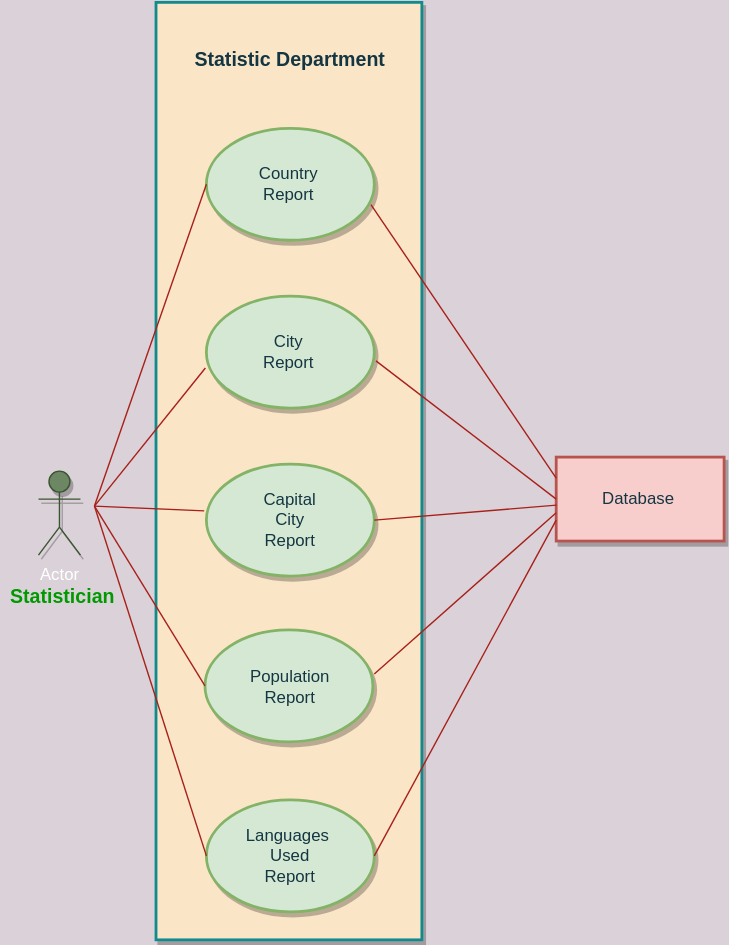
The draw.io diagram uml/user_cases_diagram.svg in xx00a/Group6, before a commit. Source tidied: cells renumbered, new cells last; positions are measured from the earlier drawing's top-left corner, leaving out a move shared by most shapes.
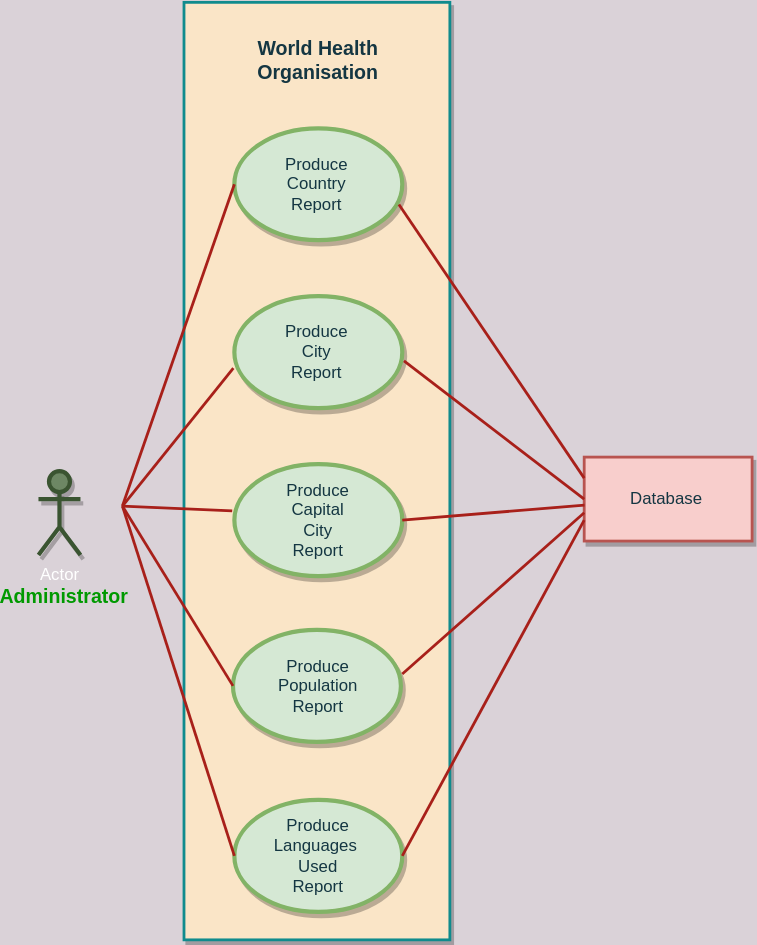
After the commit.

What changed in the source:
```diff
@@ -5,49 +5,49 @@
     <mxCell id="2" style="rounded=0;whiteSpace=wrap;html=1;fillColor=#FAE5C7;strokeColor=#0F8B8D;shadow=1;strokeWidth=2;fontColor=#143642;" parent="1" vertex="1">
       <mxGeometry x="111" width="190" height="670" as="geometry" />
     </mxCell>
-    <mxCell id="3" value="Actor" style="shape=umlActor;verticalLabelPosition=bottom;verticalAlign=top;html=1;fillColor=#6d8764;fontColor=#ffffff;strokeColor=#3A5431;shadow=1;" parent="1" vertex="1">
-      <mxGeometry x="27" y="335" width="30" height="60" as="geometry" />
+    <mxCell id="3" value="Actor" style="shape=umlActor;verticalLabelPosition=bottom;verticalAlign=top;html=1;fillColor=#6d8764;fontColor=#ffffff;strokeColor=#3A5431;shadow=1;strokeWidth=3;" parent="1" vertex="1">
+      <mxGeometry x="7" y="335" width="30" height="60" as="geometry" />
     </mxCell>
-    <mxCell id="4" style="ellipse;whiteSpace=wrap;html=1;fillColor=#d5e8d4;strokeColor=#82b366;shadow=1;strokeWidth=2;sketch=0;" parent="1" vertex="1">
+    <mxCell id="4" style="ellipse;whiteSpace=wrap;html=1;fillColor=#d5e8d4;strokeColor=#82b366;shadow=1;strokeWidth=3;sketch=0;" parent="1" vertex="1">
       <mxGeometry x="147" y="90" width="120" height="80" as="geometry" />
     </mxCell>
-    <mxCell id="5" value="Country&lt;br&gt;Report" style="text;html=1;strokeColor=none;fillColor=none;align=center;verticalAlign=middle;whiteSpace=wrap;rounded=0;fontColor=#143642;" parent="1" vertex="1">
+    <mxCell id="5" value="Produce&lt;br&gt;Country&lt;br&gt;Report" style="text;html=1;strokeColor=none;fillColor=none;align=center;verticalAlign=middle;whiteSpace=wrap;rounded=0;fontColor=#143642;" parent="1" vertex="1">
       <mxGeometry x="176" y="115" width="60" height="30" as="geometry" />
     </mxCell>
-    <mxCell id="6" style="ellipse;whiteSpace=wrap;html=1;fillColor=#d5e8d4;strokeColor=#82b366;shadow=1;strokeWidth=2;" parent="1" vertex="1">
+    <mxCell id="6" style="ellipse;whiteSpace=wrap;html=1;fillColor=#d5e8d4;strokeColor=#82b366;shadow=1;strokeWidth=3;" parent="1" vertex="1">
       <mxGeometry x="147" y="210" width="120" height="80" as="geometry" />
     </mxCell>
-    <mxCell id="7" value="City&lt;br&gt;Report" style="text;html=1;strokeColor=none;fillColor=none;align=center;verticalAlign=middle;whiteSpace=wrap;rounded=0;fontColor=#143642;" parent="1" vertex="1">
+    <mxCell id="7" value="Produce&lt;br&gt;City&lt;br&gt;Report" style="text;html=1;strokeColor=none;fillColor=none;align=center;verticalAlign=middle;whiteSpace=wrap;rounded=0;fontColor=#143642;" parent="1" vertex="1">
       <mxGeometry x="176" y="235" width="60" height="30" as="geometry" />
     </mxCell>
-    <mxCell id="8" style="ellipse;whiteSpace=wrap;html=1;fillColor=#d5e8d4;strokeColor=#82b366;shadow=1;strokeWidth=2;" parent="1" vertex="1">
+    <mxCell id="8" style="ellipse;whiteSpace=wrap;html=1;fillColor=#d5e8d4;strokeColor=#82b366;shadow=1;strokeWidth=3;" parent="1" vertex="1">
       <mxGeometry x="147" y="330" width="120" height="80" as="geometry" />
     </mxCell>
-    <mxCell id="9" value="Capital&lt;br&gt;City&lt;br&gt;Report" style="text;html=1;strokeColor=none;fillColor=none;align=center;verticalAlign=middle;whiteSpace=wrap;rounded=0;fontColor=#143642;" parent="1" vertex="1">
+    <mxCell id="9" value="Produce&lt;br&gt;Capital&lt;br&gt;City&lt;br&gt;Report" style="text;html=1;strokeColor=none;fillColor=none;align=center;verticalAlign=middle;whiteSpace=wrap;rounded=0;fontColor=#143642;" parent="1" vertex="1">
       <mxGeometry x="177" y="355" width="60" height="30" as="geometry" />
     </mxCell>
-    <mxCell id="10" style="ellipse;whiteSpace=wrap;html=1;fillColor=#d5e8d4;strokeColor=#82b366;shadow=1;strokeWidth=2;" parent="1" vertex="1">
+    <mxCell id="10" style="ellipse;whiteSpace=wrap;html=1;fillColor=#d5e8d4;strokeColor=#82b366;shadow=1;strokeWidth=3;" parent="1" vertex="1">
       <mxGeometry x="146" y="448.5" width="120" height="80" as="geometry" />
     </mxCell>
-    <mxCell id="11" value="Population&lt;br&gt;Report" style="text;html=1;strokeColor=none;fillColor=none;align=center;verticalAlign=middle;whiteSpace=wrap;rounded=0;fontColor=#143642;" parent="1" vertex="1">
+    <mxCell id="11" value="Produce&lt;br&gt;Population&lt;br&gt;Report" style="text;html=1;strokeColor=none;fillColor=none;align=center;verticalAlign=middle;whiteSpace=wrap;rounded=0;fontColor=#143642;" parent="1" vertex="1">
       <mxGeometry x="177" y="476" width="60" height="25" as="geometry" />
     </mxCell>
-    <mxCell id="12" style="endArrow=none;html=1;rounded=0;entryX=0;entryY=0.5;entryDx=0;entryDy=0;fillColor=#FAE5C7;strokeColor=#A8201A;labelBackgroundColor=#DAD2D8;fontColor=#143642;" parent="1" edge="1" target="4">
+    <mxCell id="12" style="endArrow=none;html=1;rounded=0;entryX=0;entryY=0.5;entryDx=0;entryDy=0;fillColor=#FAE5C7;strokeColor=#A8201A;labelBackgroundColor=#DAD2D8;fontColor=#143642;strokeWidth=2;" parent="1" edge="1" target="4">
       <mxGeometry relative="1" as="geometry">
         <mxPoint x="67" y="360" as="sourcePoint" />
       </mxGeometry>
     </mxCell>
-    <mxCell id="13" style="endArrow=none;html=1;rounded=0;entryX=-0.006;entryY=0.642;entryDx=0;entryDy=0;entryPerimeter=0;labelBackgroundColor=#DAD2D8;strokeColor=#A8201A;fontColor=#143642;" parent="1" edge="1" target="6">
+    <mxCell id="13" style="endArrow=none;html=1;rounded=0;entryX=-0.006;entryY=0.642;entryDx=0;entryDy=0;entryPerimeter=0;labelBackgroundColor=#DAD2D8;strokeColor=#A8201A;fontColor=#143642;strokeWidth=2;" parent="1" edge="1" target="6">
       <mxGeometry relative="1" as="geometry">
         <mxPoint x="67" y="360" as="sourcePoint" />
       </mxGeometry>
     </mxCell>
-    <mxCell id="14" style="endArrow=none;html=1;rounded=0;entryX=-0.013;entryY=0.418;entryDx=0;entryDy=0;entryPerimeter=0;labelBackgroundColor=#DAD2D8;strokeColor=#A8201A;fontColor=#143642;" parent="1" edge="1" target="8">
+    <mxCell id="14" style="endArrow=none;html=1;rounded=0;entryX=-0.013;entryY=0.418;entryDx=0;entryDy=0;entryPerimeter=0;labelBackgroundColor=#DAD2D8;strokeColor=#A8201A;fontColor=#143642;strokeWidth=2;" parent="1" edge="1" target="8">
       <mxGeometry relative="1" as="geometry">
         <mxPoint x="67" y="360" as="sourcePoint" />
       </mxGeometry>
     </mxCell>
-    <mxCell id="15" style="endArrow=none;html=1;rounded=0;entryX=0;entryY=0.5;entryDx=0;entryDy=0;labelBackgroundColor=#DAD2D8;strokeColor=#A8201A;fontColor=#143642;" parent="1" edge="1" target="10">
+    <mxCell id="15" style="endArrow=none;html=1;rounded=0;entryX=0;entryY=0.5;entryDx=0;entryDy=0;labelBackgroundColor=#DAD2D8;strokeColor=#A8201A;fontColor=#143642;strokeWidth=2;" parent="1" edge="1" target="10">
       <mxGeometry relative="1" as="geometry">
         <mxPoint x="67" y="360" as="sourcePoint" />
       </mxGeometry>
@@ -58,41 +58,41 @@
     <mxCell id="17" value="Database" style="text;html=1;strokeColor=none;fillColor=none;align=center;verticalAlign=middle;whiteSpace=wrap;rounded=0;fontColor=#143642;" parent="1" vertex="1">
       <mxGeometry x="426" y="340" width="60" height="30" as="geometry" />
     </mxCell>
-    <mxCell id="18" style="endArrow=none;html=1;rounded=0;entryX=0.98;entryY=0.681;entryDx=0;entryDy=0;entryPerimeter=0;exitX=0;exitY=0.25;exitDx=0;exitDy=0;labelBackgroundColor=#DAD2D8;strokeColor=#A8201A;fontColor=#143642;" parent="1" edge="1" source="16" target="4">
+    <mxCell id="18" style="endArrow=none;html=1;rounded=0;entryX=0.98;entryY=0.681;entryDx=0;entryDy=0;entryPerimeter=0;exitX=0;exitY=0.25;exitDx=0;exitDy=0;labelBackgroundColor=#DAD2D8;strokeColor=#A8201A;fontColor=#143642;strokeWidth=2;" parent="1" edge="1" source="16" target="4">
       <mxGeometry relative="1" as="geometry" />
     </mxCell>
-    <mxCell id="19" style="endArrow=none;html=1;rounded=0;entryX=1.01;entryY=0.578;entryDx=0;entryDy=0;entryPerimeter=0;exitX=0;exitY=0.5;exitDx=0;exitDy=0;labelBackgroundColor=#DAD2D8;strokeColor=#A8201A;fontColor=#143642;" parent="1" edge="1" source="16" target="6">
+    <mxCell id="19" style="endArrow=none;html=1;rounded=0;entryX=1.01;entryY=0.578;entryDx=0;entryDy=0;entryPerimeter=0;exitX=0;exitY=0.5;exitDx=0;exitDy=0;labelBackgroundColor=#DAD2D8;strokeColor=#A8201A;fontColor=#143642;strokeWidth=2;" parent="1" edge="1" source="16" target="6">
       <mxGeometry relative="1" as="geometry" />
     </mxCell>
-    <mxCell id="20" style="endArrow=none;html=1;rounded=0;exitX=0.002;exitY=0.639;exitDx=0;exitDy=0;entryX=1;entryY=0.5;entryDx=0;entryDy=0;exitPerimeter=0;labelBackgroundColor=#DAD2D8;strokeColor=#A8201A;fontColor=#143642;" parent="1" edge="1" target="8">
+    <mxCell id="20" style="endArrow=none;html=1;rounded=0;exitX=0.002;exitY=0.639;exitDx=0;exitDy=0;entryX=1;entryY=0.5;entryDx=0;entryDy=0;exitPerimeter=0;labelBackgroundColor=#DAD2D8;strokeColor=#A8201A;fontColor=#143642;strokeWidth=2;" parent="1" edge="1" target="8">
       <mxGeometry relative="1" as="geometry">
         <mxPoint x="397.2" y="359.3" as="sourcePoint" />
       </mxGeometry>
     </mxCell>
-    <mxCell id="21" style="endArrow=none;html=1;rounded=0;entryX=0.98;entryY=0.681;entryDx=0;entryDy=0;entryPerimeter=0;exitX=0;exitY=0.797;exitDx=0;exitDy=0;exitPerimeter=0;labelBackgroundColor=#DAD2D8;strokeColor=#A8201A;fontColor=#143642;" parent="1" edge="1">
+    <mxCell id="21" style="endArrow=none;html=1;rounded=0;entryX=0.98;entryY=0.681;entryDx=0;entryDy=0;entryPerimeter=0;exitX=0;exitY=0.797;exitDx=0;exitDy=0;exitPerimeter=0;labelBackgroundColor=#DAD2D8;strokeColor=#A8201A;fontColor=#143642;strokeWidth=2;" parent="1" edge="1">
       <mxGeometry relative="1" as="geometry">
         <mxPoint x="397" y="364.8" as="sourcePoint" />
         <mxPoint x="267" y="480" as="targetPoint" />
       </mxGeometry>
     </mxCell>
-    <mxCell id="22" value="&lt;b&gt;&lt;font style=&quot;font-size: 14px&quot;&gt;Statistic Department&lt;/font&gt;&lt;/b&gt;" style="text;html=1;strokeColor=none;fillColor=none;align=center;verticalAlign=middle;whiteSpace=wrap;rounded=0;shadow=1;fontColor=#143642;" parent="1" vertex="1">
+    <mxCell id="22" value="&lt;b&gt;&lt;font style=&quot;font-size: 14px&quot;&gt;World Health Organisation&lt;/font&gt;&lt;/b&gt;" style="text;html=1;strokeColor=none;fillColor=none;align=center;verticalAlign=middle;whiteSpace=wrap;rounded=0;shadow=1;fontColor=#143642;" parent="1" vertex="1">
       <mxGeometry x="132" y="26" width="150" height="30" as="geometry" />
     </mxCell>
-    <mxCell id="23" value="Statistician" style="text;html=1;align=center;verticalAlign=middle;whiteSpace=wrap;rounded=0;shadow=1;strokeColor=none;fontColor=#009900;fontSize=14;fontStyle=1;" parent="1" vertex="1">
-      <mxGeometry y="395" width="89" height="59" as="geometry" />
+    <mxCell id="23" value="Administrator" style="text;html=1;align=center;verticalAlign=middle;whiteSpace=wrap;rounded=0;shadow=1;strokeColor=none;fontColor=#009900;fontSize=14;fontStyle=1;" parent="1" vertex="1">
+      <mxGeometry x="-19" y="395" width="89" height="59" as="geometry" />
     </mxCell>
-    <mxCell id="24" style="ellipse;whiteSpace=wrap;html=1;fillColor=#d5e8d4;strokeColor=#82b366;shadow=1;strokeWidth=2;" parent="1" vertex="1">
+    <mxCell id="24" style="ellipse;whiteSpace=wrap;html=1;fillColor=#d5e8d4;strokeColor=#82b366;shadow=1;strokeWidth=3;" parent="1" vertex="1">
       <mxGeometry x="147" y="570" width="120" height="80" as="geometry" />
     </mxCell>
-    <mxCell id="25" value="Languages&amp;nbsp;&lt;br&gt;Used&lt;br&gt;Report" style="text;html=1;strokeColor=none;fillColor=none;align=center;verticalAlign=middle;whiteSpace=wrap;rounded=0;fontColor=#143642;" parent="1" vertex="1">
+    <mxCell id="25" value="Produce&lt;br&gt;Languages&amp;nbsp;&lt;br&gt;Used&lt;br&gt;Report" style="text;html=1;strokeColor=none;fillColor=none;align=center;verticalAlign=middle;whiteSpace=wrap;rounded=0;fontColor=#143642;" parent="1" vertex="1">
       <mxGeometry x="177" y="597.5" width="60" height="25" as="geometry" />
     </mxCell>
-    <mxCell id="26" style="endArrow=none;html=1;rounded=0;entryX=0;entryY=0.5;entryDx=0;entryDy=0;labelBackgroundColor=#DAD2D8;strokeColor=#A8201A;fontColor=#143642;" parent="1" edge="1" target="24">
+    <mxCell id="26" style="endArrow=none;html=1;rounded=0;entryX=0;entryY=0.5;entryDx=0;entryDy=0;labelBackgroundColor=#DAD2D8;strokeColor=#A8201A;fontColor=#143642;strokeWidth=2;" parent="1" edge="1" target="24">
       <mxGeometry relative="1" as="geometry">
         <mxPoint x="67" y="360" as="sourcePoint" />
       </mxGeometry>
     </mxCell>
-    <mxCell id="27" style="endArrow=none;html=1;rounded=0;entryX=1;entryY=0.5;entryDx=0;entryDy=0;exitX=0;exitY=0.75;exitDx=0;exitDy=0;labelBackgroundColor=#DAD2D8;strokeColor=#A8201A;fontColor=#143642;" parent="1" edge="1" source="16" target="24">
+    <mxCell id="27" style="endArrow=none;html=1;rounded=0;entryX=1;entryY=0.5;entryDx=0;entryDy=0;exitX=0;exitY=0.75;exitDx=0;exitDy=0;labelBackgroundColor=#DAD2D8;strokeColor=#A8201A;fontColor=#143642;strokeWidth=2;" parent="1" edge="1" source="16" target="24">
       <mxGeometry relative="1" as="geometry" />
     </mxCell>
   </root>
```
